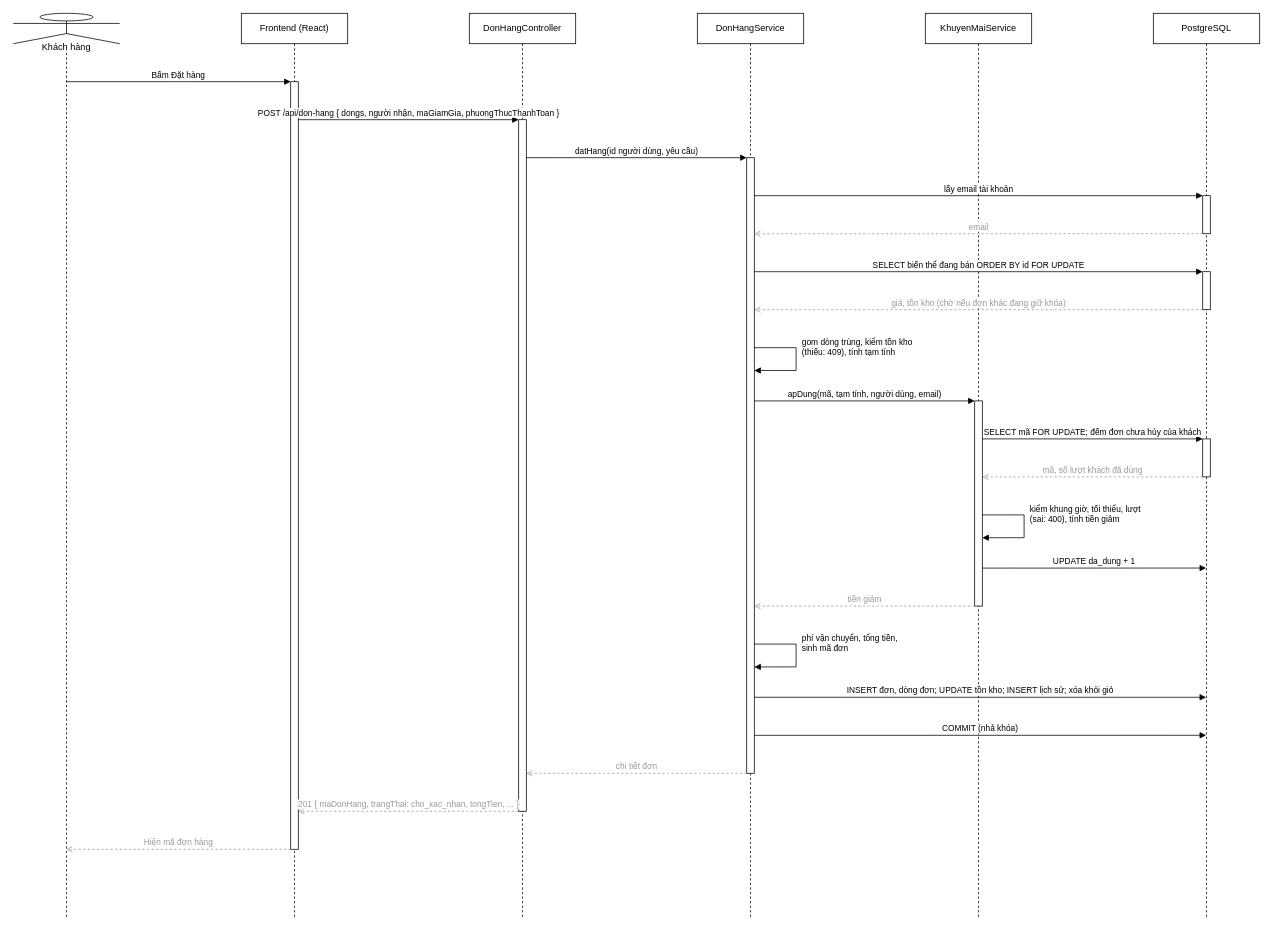
Before: docs/thiet-ke/14_td_dat_hang.drawio in phdinh254/TechGear, a draw.io diagram. Source tidied: cells renumbered, new cells numbered last; positions are measured from the earlier drawing's top-left corner, leaving out a move shared by most shapes. Both pictures are drawn from the tidied source at 76%, with x=0, y=0 at pixel (13, 13).
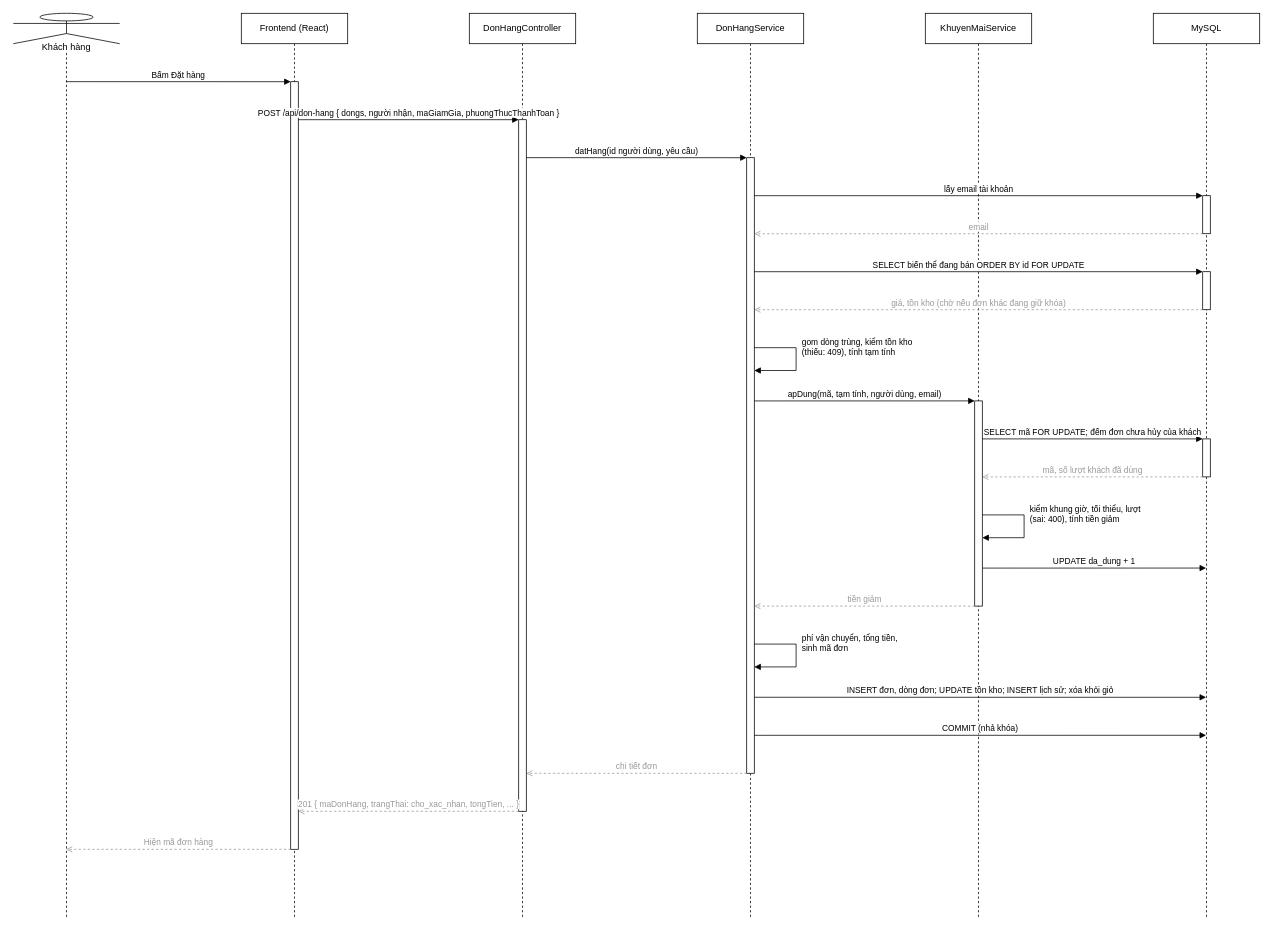
Above is the later version.

What changed in the source:
```diff
@@
-    <mxCell id="7" value="PostgreSQL" style="shape=umlLifeline;perimeter=lifelinePerimeter;whiteSpace=wrap;html=1;outlineConnect=0;portConstraint=eastwest;size=40;" parent="1" vertex="1">
+    <mxCell id="7" value="MySQL" style="shape=umlLifeline;perimeter=lifelinePerimeter;whiteSpace=wrap;html=1;outlineConnect=0;portConstraint=eastwest;size=40;" parent="1" vertex="1">
       <mxGeometry x="1500" width="140" height="1190" as="geometry" />
     </mxCell>
```
